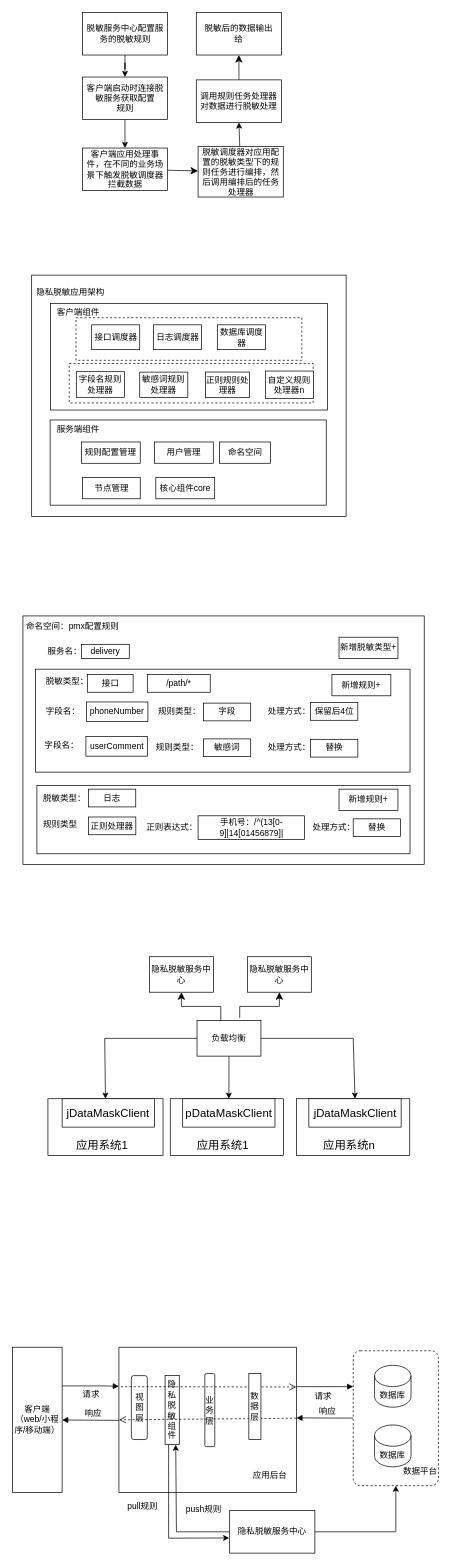
Above: Untitled Diagram.drawio in chordcreater/chordcreater.github.io (draw.io), before the change. Source tidied: cells renumbered, new cells numbered last; positions are measured from the earlier drawing's top-left corner, leaving out a move shared by most shapes. Both pictures are drawn from the tidied source at 71%, with x=0, y=0 at pixel (12, 12).
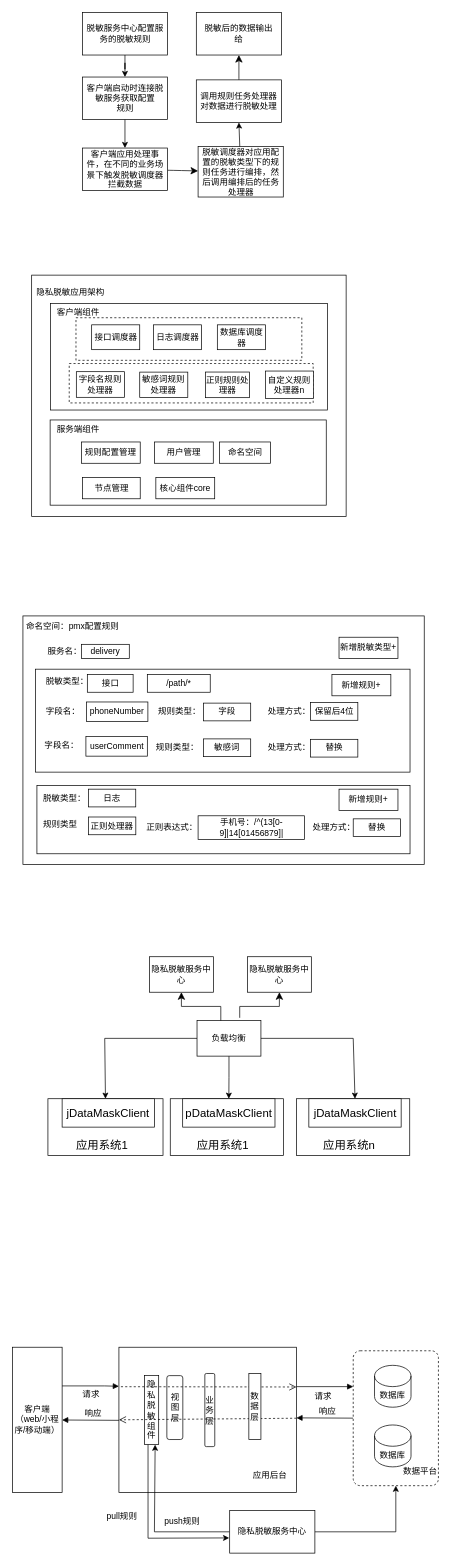
The same page after the edit.

Unchanged cells that the change refers to:
```xml
<mxCell id="61" value="隐私脱敏服务中心" style="rounded=0;whiteSpace=wrap;html=1;strokeColor=default;fontFamily=Helvetica;fontSize=12;fontColor=default;fillColor=default;" parent="1" vertex="1">
  <mxGeometry x="306" y="2110" width="120" height="60" as="geometry" />
</mxCell>
```

The edit, as a diff of the source:
```diff
@@
     <mxCell id="3" value="视图层" style="rounded=1;whiteSpace=wrap;html=1;strokeColor=default;fontFamily=Helvetica;fontSize=12;fontColor=default;fillColor=default;" parent="1" vertex="1">
-      <mxGeometry x="167.5" y="1920" width="22.5" height="90" as="geometry" />
+      <mxGeometry x="217.5" y="1920" width="22.5" height="90" as="geometry" />
     </mxCell>
     <mxCell id="4" value="隐私脱敏&lt;br style=&quot;border-color: var(--border-color);&quot;&gt;&lt;span style=&quot;border-color: var(--border-color);&quot;&gt;组件&lt;/span&gt;" style="rounded=0;whiteSpace=wrap;html=1;strokeColor=default;fontFamily=Helvetica;fontSize=12;fontColor=default;fillColor=default;" parent="1" vertex="1">
-      <mxGeometry x="215" y="1920" width="20" height="97.2" as="geometry" />
+      <mxGeometry x="186" y="1920" width="20" height="97.2" as="geometry" />
     </mxCell>
@@
     <mxCell id="55" style="endArrow=classic;html=1;rounded=0;fontFamily=Helvetica;fontSize=12;fontColor=default;entryX=-0.006;entryY=0.643;entryDx=0;entryDy=0;entryPerimeter=0;exitX=0.25;exitY=1;exitDx=0;exitDy=0;" parent="1" edge="1" source="4" target="61">
       <mxGeometry relative="1" as="geometry">
         <Array as="points">
-          <mxPoint x="220" y="2149" />
+          <mxPoint x="191" y="2149" />
         </Array>
       </mxGeometry>
     </mxCell>
@@
-    <mxCell id="59" style="endArrow=classic;html=1;rounded=0;fontFamily=Helvetica;fontSize=12;fontColor=default;entryX=0.75;entryY=1;entryDx=0;entryDy=0;exitX=0;exitY=0.5;exitDx=0;exitDy=0;" parent="1" edge="1" source="61" target="4">
+    <mxCell id="59" style="endArrow=classic;html=1;rounded=0;fontFamily=Helvetica;fontSize=12;fontColor=default;entryX=0.75;entryY=1;entryDx=0;entryDy=0;exitX=0;exitY=0.5;exitDx=0;exitDy=0;" parent="1" edge="1">
       <mxGeometry relative="1" as="geometry">
+        <mxPoint x="306" y="2140" as="sourcePoint" />
+        <mxPoint x="201" y="2017.2" as="targetPoint" />
         <Array as="points">
-          <mxPoint x="231" y="2140" />
+          <mxPoint x="200" y="2140" />
         </Array>
       </mxGeometry>
     </mxCell>
```
